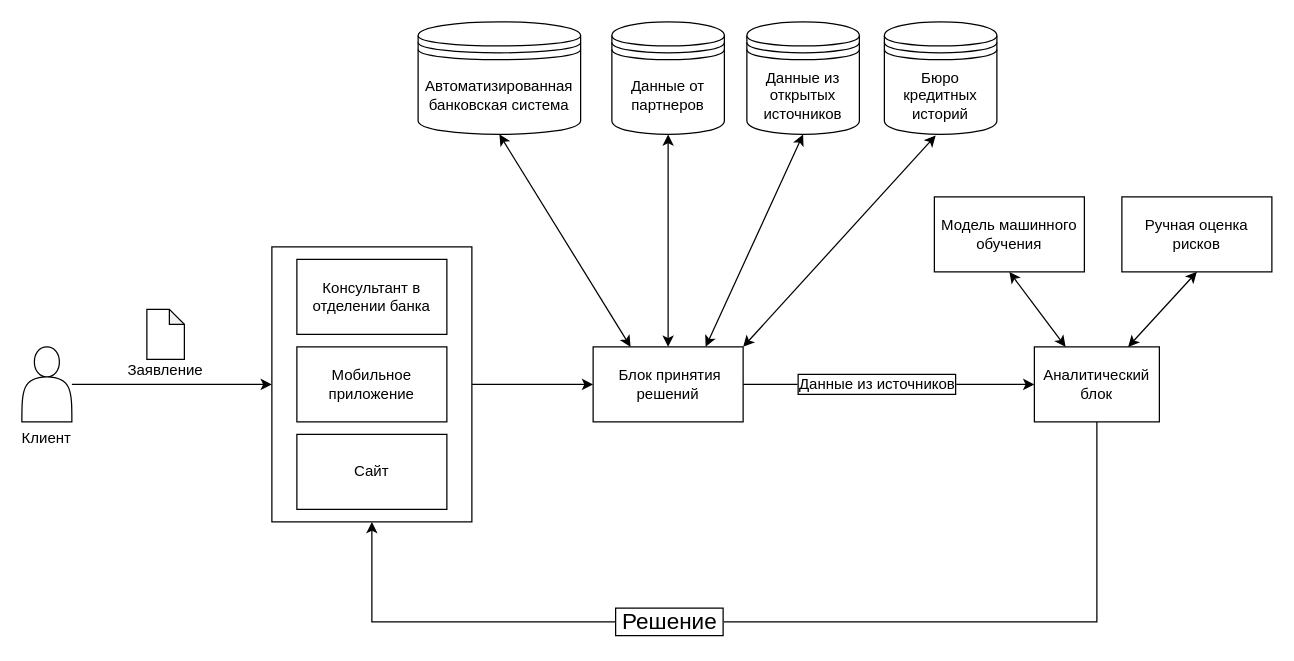
This is diagrams/Untitled Diagram.drawio from jestenok-old/diagrams, a draw.io file, before an edit. Source tidied: cells renumbered, new cells numbered last; positions are measured from the earlier drawing's top-left corner, leaving out a move shared by most shapes. Both pictures are drawn from the tidied source at 125%, with x=0, y=0 at pixel (21, 21).
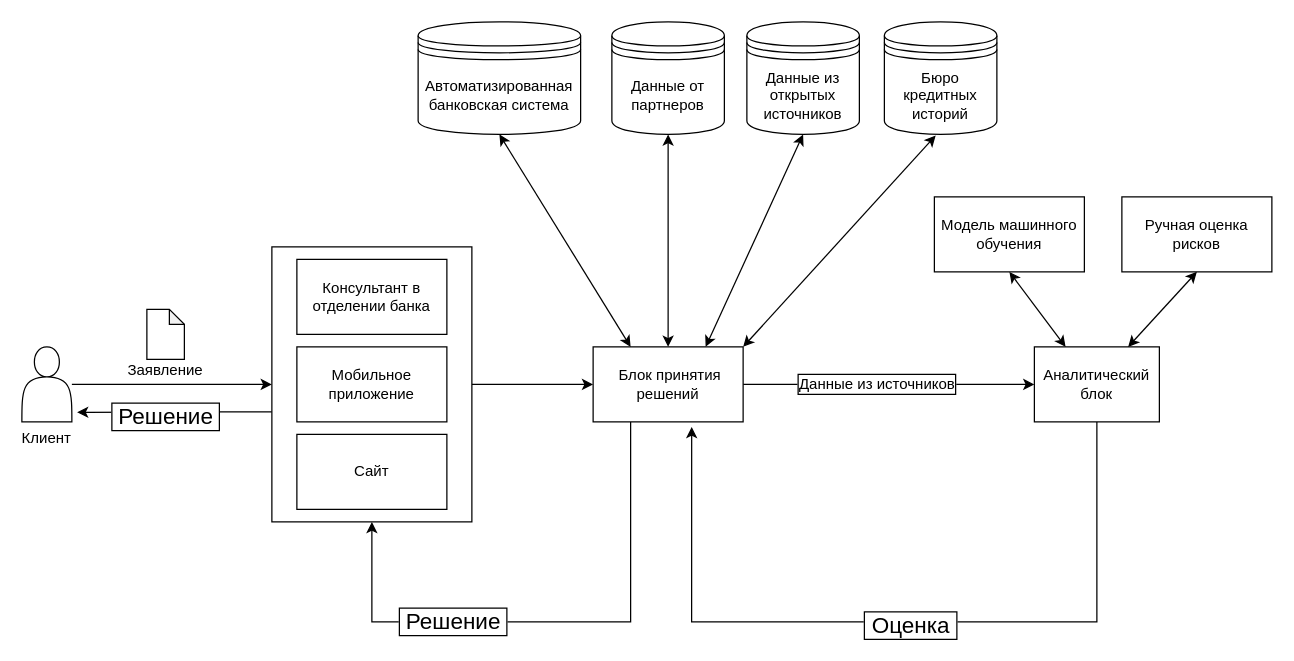
The same diagram, later.

Unchanged cells that the change refers to:
```xml
<mxCell id="3" style="whiteSpace=wrap;html=1;" parent="1" vertex="1">
  <mxGeometry x="200" y="180" width="160" height="220" as="geometry" />
</mxCell>
<mxCell id="5" value="&lt;br&gt;&lt;br&gt;&lt;br&gt;&lt;br&gt;&lt;br&gt;&lt;br&gt;Клиент" style="shape=actor;whiteSpace=wrap;html=1;" parent="1" vertex="1">
  <mxGeometry y="260" width="40" height="60" as="geometry" />
</mxCell>
<mxCell id="12" value="&amp;nbsp;Блок принятия решений" style="whiteSpace=wrap;html=1;" parent="1" vertex="1">
  <mxGeometry x="457" y="260" width="120" height="60" as="geometry" />
</mxCell>
<mxCell id="23" value="Аналитический блок" style="whiteSpace=wrap;html=1;" parent="1" vertex="1">
  <mxGeometry x="810" y="260" width="100" height="60" as="geometry" />
</mxCell>
```

What changed in the source:
```diff
@@
+    <mxCell id="28" style="edgeStyle=orthogonalEdgeStyle;rounded=0;jettySize=auto;html=1;entryX=1.104;entryY=0.872;entryDx=0;entryDy=0;entryPerimeter=0;fontSize=18;strokeColor=#000000;" parent="1" edge="1" source="3" target="5">
+      <mxGeometry relative="1" as="geometry">
+        <Array as="points">
+          <mxPoint x="160" y="312" />
+          <mxPoint x="160" y="312" />
+        </Array>
+      </mxGeometry>
+    </mxCell>
+    <mxCell id="29" value="&amp;nbsp;Решение&amp;nbsp;" style="edgeLabel;html=1;align=center;verticalAlign=middle;fontSize=18;labelBorderColor=default;" parent="28" vertex="1">
+      <mxGeometry x="0.11" y="3" relative="1" as="geometry" />
+    </mxCell>
@@
-    <mxCell id="21" style="edgeStyle=orthogonalEdgeStyle;rounded=0;jettySize=auto;html=1;fontSize=12;strokeColor=#000000;entryX=0.5;entryY=1;entryDx=0;entryDy=0;" parent="1" edge="1" source="23" target="3">
+    <mxCell id="21" style="edgeStyle=orthogonalEdgeStyle;rounded=0;jettySize=auto;html=1;fontSize=12;strokeColor=#000000;entryX=0.5;entryY=1;entryDx=0;entryDy=0;exitX=0.25;exitY=1;exitDx=0;exitDy=0;" parent="1" edge="1" source="12" target="3">
       <mxGeometry relative="1" as="geometry">
         <Array as="points">
-          <mxPoint x="860" y="480" />
+          <mxPoint x="487" y="480" />
           <mxPoint x="280" y="480" />
         </Array>
       </mxGeometry>
     </mxCell>
@@
+    <mxCell id="30" style="edgeStyle=orthogonalEdgeStyle;rounded=0;jettySize=auto;html=1;exitX=0.5;exitY=1;exitDx=0;exitDy=0;entryX=0.657;entryY=1.067;entryDx=0;entryDy=0;entryPerimeter=0;fontSize=18;strokeColor=#000000;" parent="1" edge="1" source="23" target="12">
+      <mxGeometry relative="1" as="geometry">
+        <Array as="points">
+          <mxPoint x="860" y="480" />
+          <mxPoint x="536" y="480" />
+        </Array>
+      </mxGeometry>
+    </mxCell>
+    <mxCell id="31" value="&amp;nbsp;Оценка&amp;nbsp;" style="edgeLabel;html=1;align=center;verticalAlign=middle;fontSize=18;labelBorderColor=default;" parent="30" vertex="1">
+      <mxGeometry x="-0.03" y="2" relative="1" as="geometry" />
+    </mxCell>
```
